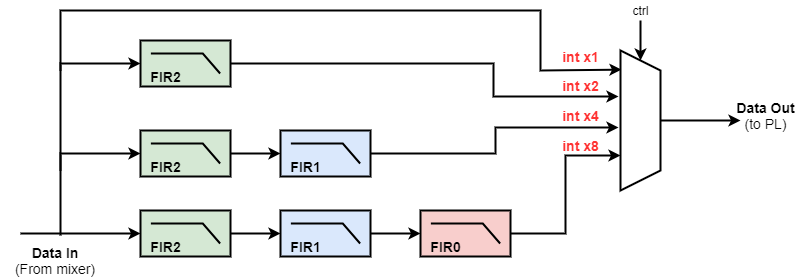
Earlier version of the draw.io export notebooks/rfsoc_introduction/images/ProgrammableInterp.png (strath-sdr/rfsoc_studio). Source tidied: cells renumbered, new cells last; positions are measured from the earlier drawing's top-left corner, leaving out a move shared by most shapes.
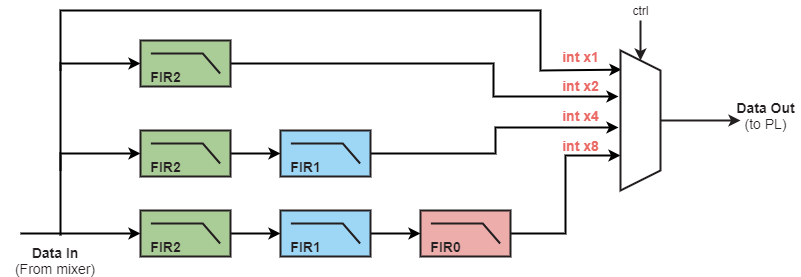
Above is the later version.

Diff of the diagram source:
```diff
@@ -2,41 +2,41 @@
   <root>
     <mxCell id="0" />
     <mxCell id="1" parent="0" />
-    <mxCell id="2" style="edgeStyle=orthogonalEdgeStyle;rounded=0;jettySize=auto;html=1;strokeWidth=2;" parent="1" edge="1" source="4" target="8">
+    <mxCell id="2" style="edgeStyle=orthogonalEdgeStyle;rounded=0;jettySize=auto;html=1;strokeWidth=2;fontColor=#231F20;" parent="1" edge="1" source="4" target="8">
       <mxGeometry relative="1" as="geometry" />
     </mxCell>
-    <mxCell id="3" style="edgeStyle=orthogonalEdgeStyle;rounded=0;jettySize=auto;html=1;exitX=0;exitY=0.5;exitDx=0;exitDy=0;exitPerimeter=0;startArrow=classic;startFill=1;endArrow=none;endFill=0;strokeWidth=2;" parent="1" edge="1" source="4">
+    <mxCell id="3" style="edgeStyle=orthogonalEdgeStyle;rounded=0;jettySize=auto;html=1;exitX=0;exitY=0.5;exitDx=0;exitDy=0;exitPerimeter=0;startArrow=classic;startFill=1;endArrow=none;endFill=0;strokeWidth=2;fontColor=#231F20;" parent="1" edge="1" source="4">
       <mxGeometry relative="1" as="geometry">
         <mxPoint x="20" y="233" as="targetPoint" />
       </mxGeometry>
     </mxCell>
-    <mxCell id="4" style="verticalLabelPosition=bottom;shadow=0;dashed=0;align=center;html=1;verticalAlign=top;shape=mxgraph.electrical.logic_gates.lowpass_filter;strokeWidth=2;fillColor=#d5e8d4;" parent="1" vertex="1">
+    <mxCell id="4" style="verticalLabelPosition=bottom;shadow=0;dashed=0;align=center;html=1;verticalAlign=top;shape=mxgraph.electrical.logic_gates.lowpass_filter;strokeWidth=2;fillColor=#AACC96;strokeColor=#231F20;" parent="1" vertex="1">
       <mxGeometry x="140" y="210" width="90" height="46" as="geometry" />
     </mxCell>
-    <mxCell id="5" style="edgeStyle=orthogonalEdgeStyle;rounded=0;jettySize=auto;html=1;exitX=1;exitY=0.5;exitDx=0;exitDy=0;exitPerimeter=0;entryX=0.75;entryY=1;entryDx=0;entryDy=0;startArrow=none;startFill=0;endArrow=classic;endFill=1;strokeWidth=2;" parent="1" edge="1" source="6" target="20">
+    <mxCell id="5" style="edgeStyle=orthogonalEdgeStyle;rounded=0;jettySize=auto;html=1;exitX=1;exitY=0.5;exitDx=0;exitDy=0;exitPerimeter=0;entryX=0.75;entryY=1;entryDx=0;entryDy=0;startArrow=none;startFill=0;endArrow=classic;endFill=1;strokeWidth=2;fontColor=#231F20;" parent="1" edge="1" source="6" target="20">
       <mxGeometry relative="1" as="geometry" />
     </mxCell>
-    <mxCell id="6" style="verticalLabelPosition=bottom;shadow=0;dashed=0;align=center;html=1;verticalAlign=top;shape=mxgraph.electrical.logic_gates.lowpass_filter;strokeWidth=2;fillColor=#f8cecc;" parent="1" vertex="1">
+    <mxCell id="6" style="verticalLabelPosition=bottom;shadow=0;dashed=0;align=center;html=1;verticalAlign=top;shape=mxgraph.electrical.logic_gates.lowpass_filter;strokeWidth=2;fillColor=#EDADAB;strokeColor=#231F20;" parent="1" vertex="1">
       <mxGeometry x="420" y="210" width="90" height="46" as="geometry" />
     </mxCell>
-    <mxCell id="7" style="edgeStyle=orthogonalEdgeStyle;rounded=0;jettySize=auto;html=1;strokeWidth=2;" parent="1" edge="1" source="8" target="6">
+    <mxCell id="7" style="edgeStyle=orthogonalEdgeStyle;rounded=0;jettySize=auto;html=1;strokeWidth=2;fontColor=#231F20;" parent="1" edge="1" source="8" target="6">
       <mxGeometry relative="1" as="geometry" />
     </mxCell>
-    <mxCell id="8" style="verticalLabelPosition=bottom;shadow=0;dashed=0;align=center;html=1;verticalAlign=top;shape=mxgraph.electrical.logic_gates.lowpass_filter;strokeWidth=2;fillColor=#dae8fc;" parent="1" vertex="1">
+    <mxCell id="8" style="verticalLabelPosition=bottom;shadow=0;dashed=0;align=center;html=1;verticalAlign=top;shape=mxgraph.electrical.logic_gates.lowpass_filter;strokeWidth=2;fillColor=#9ED6F5;strokeColor=#231F20;" parent="1" vertex="1">
       <mxGeometry x="280" y="210" width="90" height="46" as="geometry" />
     </mxCell>
-    <mxCell id="9" style="edgeStyle=orthogonalEdgeStyle;rounded=0;jettySize=auto;html=1;exitX=1;exitY=0.5;exitDx=0;exitDy=0;exitPerimeter=0;entryX=0.55;entryY=1.05;entryDx=0;entryDy=0;entryPerimeter=0;startArrow=none;startFill=0;endArrow=classic;endFill=1;strokeWidth=2;" parent="1" edge="1" source="10" target="20">
+    <mxCell id="9" style="edgeStyle=orthogonalEdgeStyle;rounded=0;jettySize=auto;html=1;exitX=1;exitY=0.5;exitDx=0;exitDy=0;exitPerimeter=0;entryX=0.55;entryY=1.05;entryDx=0;entryDy=0;entryPerimeter=0;startArrow=none;startFill=0;endArrow=classic;endFill=1;strokeWidth=2;fontColor=#231F20;" parent="1" edge="1" source="10" target="20">
       <mxGeometry relative="1" as="geometry" />
     </mxCell>
-    <mxCell id="10" style="verticalLabelPosition=bottom;shadow=0;dashed=0;align=center;html=1;verticalAlign=top;shape=mxgraph.electrical.logic_gates.lowpass_filter;strokeWidth=2;fillColor=#dae8fc;" parent="1" vertex="1">
+    <mxCell id="10" style="verticalLabelPosition=bottom;shadow=0;dashed=0;align=center;html=1;verticalAlign=top;shape=mxgraph.electrical.logic_gates.lowpass_filter;strokeWidth=2;fillColor=#9ED6F5;strokeColor=#231F20;" parent="1" vertex="1">
       <mxGeometry x="280" y="130" width="90" height="46" as="geometry" />
     </mxCell>
-    <mxCell id="11" style="edgeStyle=orthogonalEdgeStyle;rounded=0;jettySize=auto;html=1;exitX=0;exitY=0.5;exitDx=0;exitDy=0;exitPerimeter=0;startArrow=classic;startFill=1;endArrow=none;endFill=0;strokeWidth=2;" parent="1" edge="1" source="13">
+    <mxCell id="11" style="edgeStyle=orthogonalEdgeStyle;rounded=0;jettySize=auto;html=1;exitX=0;exitY=0.5;exitDx=0;exitDy=0;exitPerimeter=0;startArrow=classic;startFill=1;endArrow=none;endFill=0;strokeWidth=2;fontColor=#231F20;" parent="1" edge="1" source="13">
       <mxGeometry relative="1" as="geometry">
         <mxPoint x="60" y="170" as="targetPoint" />
       </mxGeometry>
     </mxCell>
-    <mxCell id="12" style="edgeStyle=orthogonalEdgeStyle;rounded=0;jettySize=auto;html=1;exitX=1;exitY=0.5;exitDx=0;exitDy=0;exitPerimeter=0;startArrow=none;startFill=0;endArrow=classic;endFill=1;strokeWidth=2;" parent="1" edge="1" source="13">
+    <mxCell id="12" style="edgeStyle=orthogonalEdgeStyle;rounded=0;jettySize=auto;html=1;exitX=1;exitY=0.5;exitDx=0;exitDy=0;exitPerimeter=0;startArrow=none;startFill=0;endArrow=classic;endFill=1;strokeWidth=2;fontColor=#231F20;" parent="1" edge="1" source="13">
       <mxGeometry relative="1" as="geometry">
         <mxPoint x="618" y="96" as="targetPoint" />
         <Array as="points">
@@ -45,21 +45,21 @@
         </Array>
       </mxGeometry>
     </mxCell>
-    <mxCell id="13" style="verticalLabelPosition=bottom;shadow=0;dashed=0;align=center;html=1;verticalAlign=top;shape=mxgraph.electrical.logic_gates.lowpass_filter;strokeWidth=2;fillColor=#d5e8d4;" parent="1" vertex="1">
+    <mxCell id="13" style="verticalLabelPosition=bottom;shadow=0;dashed=0;align=center;html=1;verticalAlign=top;shape=mxgraph.electrical.logic_gates.lowpass_filter;strokeWidth=2;fillColor=#AACC96;strokeColor=#231F20;" parent="1" vertex="1">
       <mxGeometry x="140" y="40" width="90" height="46" as="geometry" />
     </mxCell>
-    <mxCell id="14" style="edgeStyle=orthogonalEdgeStyle;rounded=0;jettySize=auto;html=1;strokeWidth=2;" parent="1" edge="1" source="16" target="10">
+    <mxCell id="14" style="edgeStyle=orthogonalEdgeStyle;rounded=0;jettySize=auto;html=1;strokeWidth=2;fontColor=#231F20;" parent="1" edge="1" source="16" target="10">
       <mxGeometry relative="1" as="geometry" />
     </mxCell>
-    <mxCell id="15" style="edgeStyle=orthogonalEdgeStyle;rounded=0;jettySize=auto;html=1;exitX=0;exitY=0.5;exitDx=0;exitDy=0;exitPerimeter=0;startArrow=classic;startFill=1;endArrow=none;endFill=0;strokeWidth=2;" parent="1" edge="1" source="16">
+    <mxCell id="15" style="edgeStyle=orthogonalEdgeStyle;rounded=0;jettySize=auto;html=1;exitX=0;exitY=0.5;exitDx=0;exitDy=0;exitPerimeter=0;startArrow=classic;startFill=1;endArrow=none;endFill=0;strokeWidth=2;fontColor=#231F20;" parent="1" edge="1" source="16">
       <mxGeometry relative="1" as="geometry">
         <mxPoint x="60" y="235" as="targetPoint" />
       </mxGeometry>
     </mxCell>
-    <mxCell id="16" style="verticalLabelPosition=bottom;shadow=0;dashed=0;align=center;html=1;verticalAlign=top;shape=mxgraph.electrical.logic_gates.lowpass_filter;strokeWidth=2;fillColor=#d5e8d4;" parent="1" vertex="1">
+    <mxCell id="16" style="verticalLabelPosition=bottom;shadow=0;dashed=0;align=center;html=1;verticalAlign=top;shape=mxgraph.electrical.logic_gates.lowpass_filter;strokeWidth=2;fillColor=#AACC96;strokeColor=#231F20;" parent="1" vertex="1">
       <mxGeometry x="140" y="130" width="90" height="46" as="geometry" />
     </mxCell>
-    <mxCell id="17" style="edgeStyle=orthogonalEdgeStyle;rounded=0;jettySize=auto;html=1;exitX=0.136;exitY=0.975;exitDx=0;exitDy=0;startArrow=classic;startFill=1;endArrow=none;endFill=0;strokeWidth=2;exitPerimeter=0;" parent="1" edge="1" source="20">
+    <mxCell id="17" style="edgeStyle=orthogonalEdgeStyle;rounded=0;jettySize=auto;html=1;exitX=0.136;exitY=0.975;exitDx=0;exitDy=0;startArrow=classic;startFill=1;endArrow=none;endFill=0;strokeWidth=2;exitPerimeter=0;fontColor=#231F20;" parent="1" edge="1" source="20">
       <mxGeometry relative="1" as="geometry">
         <mxPoint x="60" y="70" as="targetPoint" />
         <Array as="points">
@@ -69,56 +69,56 @@
         </Array>
       </mxGeometry>
     </mxCell>
-    <mxCell id="18" style="edgeStyle=orthogonalEdgeStyle;rounded=0;jettySize=auto;html=1;exitX=0.5;exitY=0;exitDx=0;exitDy=0;startArrow=none;startFill=0;endArrow=classic;endFill=1;strokeWidth=2;" parent="1" edge="1" source="20">
+    <mxCell id="18" style="edgeStyle=orthogonalEdgeStyle;rounded=0;jettySize=auto;html=1;exitX=0.5;exitY=0;exitDx=0;exitDy=0;startArrow=none;startFill=0;endArrow=classic;endFill=1;strokeWidth=2;strokeColor=#231F20;" parent="1" edge="1" source="20">
       <mxGeometry relative="1" as="geometry">
         <mxPoint x="740" y="120" as="targetPoint" />
       </mxGeometry>
     </mxCell>
-    <mxCell id="19" style="edgeStyle=orthogonalEdgeStyle;rounded=0;jettySize=auto;html=1;exitX=0;exitY=0.5;exitDx=0;exitDy=0;startArrow=classic;startFill=1;endArrow=none;endFill=0;strokeWidth=2;" parent="1" edge="1" source="20">
+    <mxCell id="19" style="edgeStyle=orthogonalEdgeStyle;rounded=0;jettySize=auto;html=1;exitX=0;exitY=0.5;exitDx=0;exitDy=0;startArrow=classic;startFill=1;endArrow=none;endFill=0;strokeWidth=2;strokeColor=#231F20;" parent="1" edge="1" source="20">
       <mxGeometry relative="1" as="geometry">
         <mxPoint x="640" y="20" as="targetPoint" />
       </mxGeometry>
     </mxCell>
-    <mxCell id="20" style="shape=trapezoid;perimeter=trapezoidPerimeter;whiteSpace=wrap;html=1;fixedSize=1;strokeWidth=2;direction=south;" parent="1" vertex="1">
+    <mxCell id="20" style="shape=trapezoid;perimeter=trapezoidPerimeter;whiteSpace=wrap;html=1;fixedSize=1;strokeWidth=2;direction=south;strokeColor=#231F20;" parent="1" vertex="1">
       <mxGeometry x="620" y="50" width="40" height="140" as="geometry" />
     </mxCell>
-    <mxCell id="21" value="&lt;span style=&quot;font-size: 14px&quot;&gt;&lt;b&gt;Data In&lt;/b&gt;&lt;br&gt;(From mixer)&lt;/span&gt;" style="text;html=1;strokeColor=none;fillColor=none;align=center;verticalAlign=middle;whiteSpace=wrap;rounded=0;" parent="1" vertex="1">
+    <mxCell id="21" value="&lt;span style=&quot;font-size: 14px&quot;&gt;&lt;b&gt;Data In&lt;/b&gt;&lt;br&gt;(From mixer)&lt;/span&gt;" style="text;html=1;strokeColor=none;fillColor=none;align=center;verticalAlign=middle;whiteSpace=wrap;rounded=0;fontColor=#231F20;" parent="1" vertex="1">
       <mxGeometry y="250" width="110" height="20" as="geometry" />
     </mxCell>
-    <mxCell id="22" value="&lt;font style=&quot;font-size: 14px&quot;&gt;&lt;b&gt;Data Out&lt;/b&gt;&lt;br&gt;(to PL)&lt;/font&gt;" style="text;html=1;align=center;verticalAlign=middle;" parent="1" vertex="1">
+    <mxCell id="22" value="&lt;font style=&quot;font-size: 14px&quot;&gt;&lt;b&gt;Data Out&lt;/b&gt;&lt;br&gt;(to PL)&lt;/font&gt;" style="text;html=1;align=center;verticalAlign=middle;fontColor=#231F20;" parent="1" vertex="1">
       <mxGeometry x="730" y="95" width="70" height="40" as="geometry" />
     </mxCell>
-    <mxCell id="23" value="&lt;font style=&quot;font-size: 14px&quot;&gt;&lt;b&gt;FIR2&lt;/b&gt;&lt;/font&gt;" style="text;html=1;align=center;verticalAlign=middle;" parent="1" vertex="1">
+    <mxCell id="23" value="&lt;font style=&quot;font-size: 14px&quot; color=&quot;#231f20&quot;&gt;&lt;b&gt;FIR2&lt;/b&gt;&lt;/font&gt;" style="text;html=1;align=center;verticalAlign=middle;" parent="1" vertex="1">
       <mxGeometry x="140" y="236" width="50" height="20" as="geometry" />
     </mxCell>
-    <mxCell id="24" value="&lt;font style=&quot;font-size: 14px&quot;&gt;&lt;b&gt;FIR2&lt;/b&gt;&lt;/font&gt;" style="text;html=1;align=center;verticalAlign=middle;" parent="1" vertex="1">
+    <mxCell id="24" value="&lt;font style=&quot;font-size: 14px&quot;&gt;&lt;b&gt;FIR2&lt;/b&gt;&lt;/font&gt;" style="text;html=1;align=center;verticalAlign=middle;fontColor=#231F20;" parent="1" vertex="1">
       <mxGeometry x="140" y="156" width="50" height="20" as="geometry" />
     </mxCell>
-    <mxCell id="25" value="&lt;font style=&quot;font-size: 14px&quot;&gt;&lt;b&gt;FIR1&lt;/b&gt;&lt;/font&gt;" style="text;html=1;align=center;verticalAlign=middle;" parent="1" vertex="1">
+    <mxCell id="25" value="&lt;font style=&quot;font-size: 14px&quot; color=&quot;#231f20&quot;&gt;&lt;b&gt;FIR1&lt;/b&gt;&lt;/font&gt;" style="text;html=1;align=center;verticalAlign=middle;" parent="1" vertex="1">
       <mxGeometry x="280" y="236" width="50" height="20" as="geometry" />
     </mxCell>
-    <mxCell id="26" value="&lt;font style=&quot;font-size: 14px&quot;&gt;&lt;b&gt;FIR2&lt;/b&gt;&lt;/font&gt;" style="text;html=1;align=center;verticalAlign=middle;" parent="1" vertex="1">
+    <mxCell id="26" value="&lt;font style=&quot;font-size: 14px&quot;&gt;&lt;b&gt;FIR2&lt;/b&gt;&lt;/font&gt;" style="text;html=1;align=center;verticalAlign=middle;fontColor=#231F20;" parent="1" vertex="1">
       <mxGeometry x="140" y="66" width="50" height="20" as="geometry" />
     </mxCell>
-    <mxCell id="27" value="&lt;font style=&quot;font-size: 14px&quot;&gt;&lt;b&gt;FIR1&lt;/b&gt;&lt;/font&gt;" style="text;html=1;align=center;verticalAlign=middle;" parent="1" vertex="1">
+    <mxCell id="27" value="&lt;font style=&quot;font-size: 14px&quot;&gt;&lt;b&gt;FIR1&lt;/b&gt;&lt;/font&gt;" style="text;html=1;align=center;verticalAlign=middle;fontColor=#231F20;" parent="1" vertex="1">
       <mxGeometry x="280" y="156" width="50" height="20" as="geometry" />
     </mxCell>
-    <mxCell id="28" value="&lt;font style=&quot;font-size: 14px&quot;&gt;&lt;b&gt;FIR0&lt;/b&gt;&lt;/font&gt;" style="text;html=1;align=center;verticalAlign=middle;" parent="1" vertex="1">
+    <mxCell id="28" value="&lt;font style=&quot;font-size: 14px&quot; color=&quot;#231f20&quot;&gt;&lt;b&gt;FIR0&lt;/b&gt;&lt;/font&gt;" style="text;html=1;align=center;verticalAlign=middle;" parent="1" vertex="1">
       <mxGeometry x="420" y="236" width="50" height="20" as="geometry" />
     </mxCell>
-    <mxCell id="29" value="ctrl" style="text;html=1;align=center;verticalAlign=middle;" parent="1" vertex="1">
+    <mxCell id="29" value="ctrl" style="text;html=1;align=center;verticalAlign=middle;fontColor=#231F20;" parent="1" vertex="1">
       <mxGeometry x="625" width="30" height="20" as="geometry" />
     </mxCell>
-    <mxCell id="30" value="&lt;b&gt;&lt;font style=&quot;font-size: 14px&quot; color=&quot;#ff3333&quot;&gt;int x1&lt;/font&gt;&lt;/b&gt;" style="text;html=1;align=center;verticalAlign=middle;" parent="1" vertex="1">
+    <mxCell id="30" value="&lt;b&gt;&lt;font style=&quot;font-size: 14px&quot;&gt;int x1&lt;/font&gt;&lt;/b&gt;" style="text;html=1;align=center;verticalAlign=middle;fontColor=#EA6B66;" parent="1" vertex="1">
       <mxGeometry x="555" y="46" width="50" height="20" as="geometry" />
     </mxCell>
-    <mxCell id="31" value="&lt;b&gt;&lt;font style=&quot;font-size: 14px&quot; color=&quot;#ff3333&quot;&gt;int x2&lt;/font&gt;&lt;/b&gt;" style="text;html=1;align=center;verticalAlign=middle;" parent="1" vertex="1">
+    <mxCell id="31" value="&lt;b&gt;&lt;font style=&quot;font-size: 14px&quot;&gt;int x2&lt;/font&gt;&lt;/b&gt;" style="text;html=1;align=center;verticalAlign=middle;fontColor=#EA6B66;" parent="1" vertex="1">
       <mxGeometry x="555" y="75" width="50" height="20" as="geometry" />
     </mxCell>
-    <mxCell id="32" value="&lt;b&gt;&lt;font style=&quot;font-size: 14px&quot; color=&quot;#ff3333&quot;&gt;int x4&lt;/font&gt;&lt;/b&gt;" style="text;html=1;align=center;verticalAlign=middle;" parent="1" vertex="1">
+    <mxCell id="32" value="&lt;b&gt;&lt;font style=&quot;font-size: 14px&quot;&gt;int x4&lt;/font&gt;&lt;/b&gt;" style="text;html=1;align=center;verticalAlign=middle;fontColor=#EA6B66;" parent="1" vertex="1">
       <mxGeometry x="555" y="105" width="50" height="20" as="geometry" />
     </mxCell>
-    <mxCell id="33" value="&lt;b&gt;&lt;font style=&quot;font-size: 14px&quot; color=&quot;#ff3333&quot;&gt;int x8&lt;/font&gt;&lt;/b&gt;" style="text;html=1;align=center;verticalAlign=middle;" parent="1" vertex="1">
+    <mxCell id="33" value="&lt;b&gt;&lt;font style=&quot;font-size: 14px&quot;&gt;int x8&lt;/font&gt;&lt;/b&gt;" style="text;html=1;align=center;verticalAlign=middle;fontColor=#EA6B66;" parent="1" vertex="1">
       <mxGeometry x="555" y="135" width="50" height="20" as="geometry" />
     </mxCell>
   </root>
```
